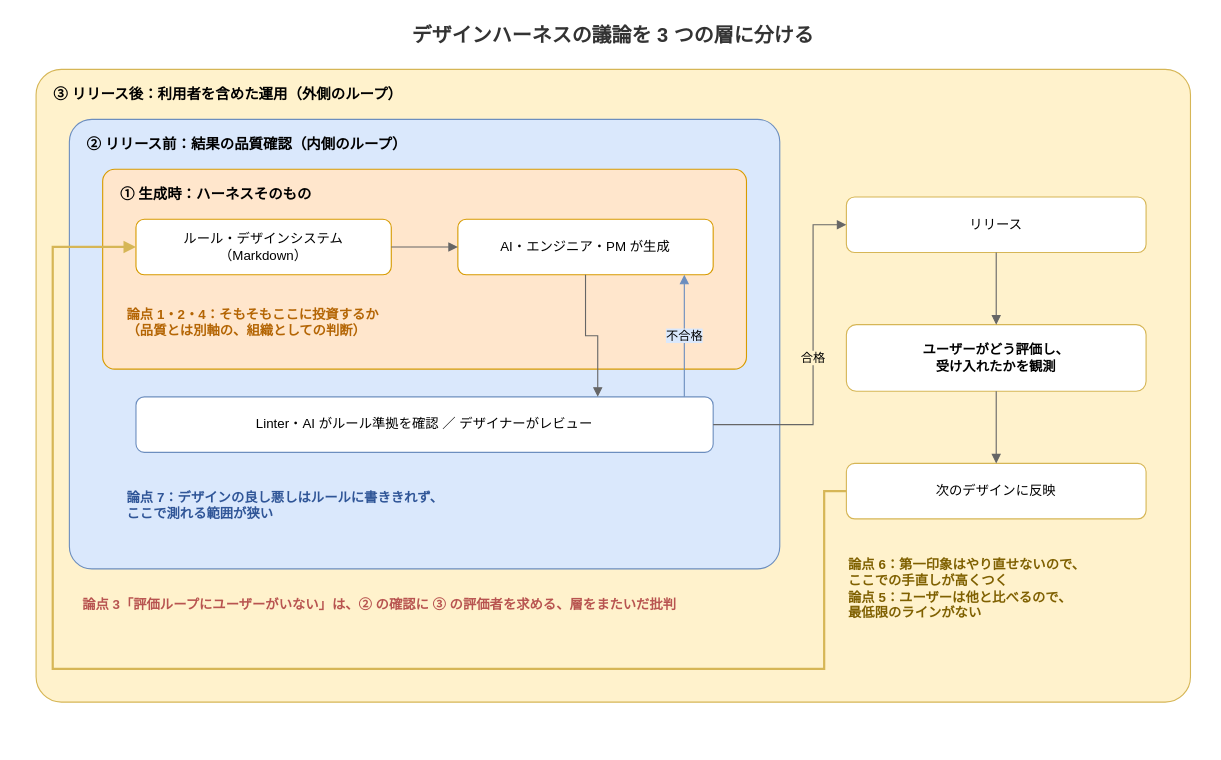
The draw.io diagram static/images/design-harness-illusion-layers.drawio in hdknr/blogs, before the edit. Source tidied: cells renumbered, new cells numbered last; positions are measured from the earlier drawing's top-left corner, leaving out a move shared by most shapes. Both pictures are drawn from the tidied source at 111%, with x=0, y=0 at pixel (36, 19).
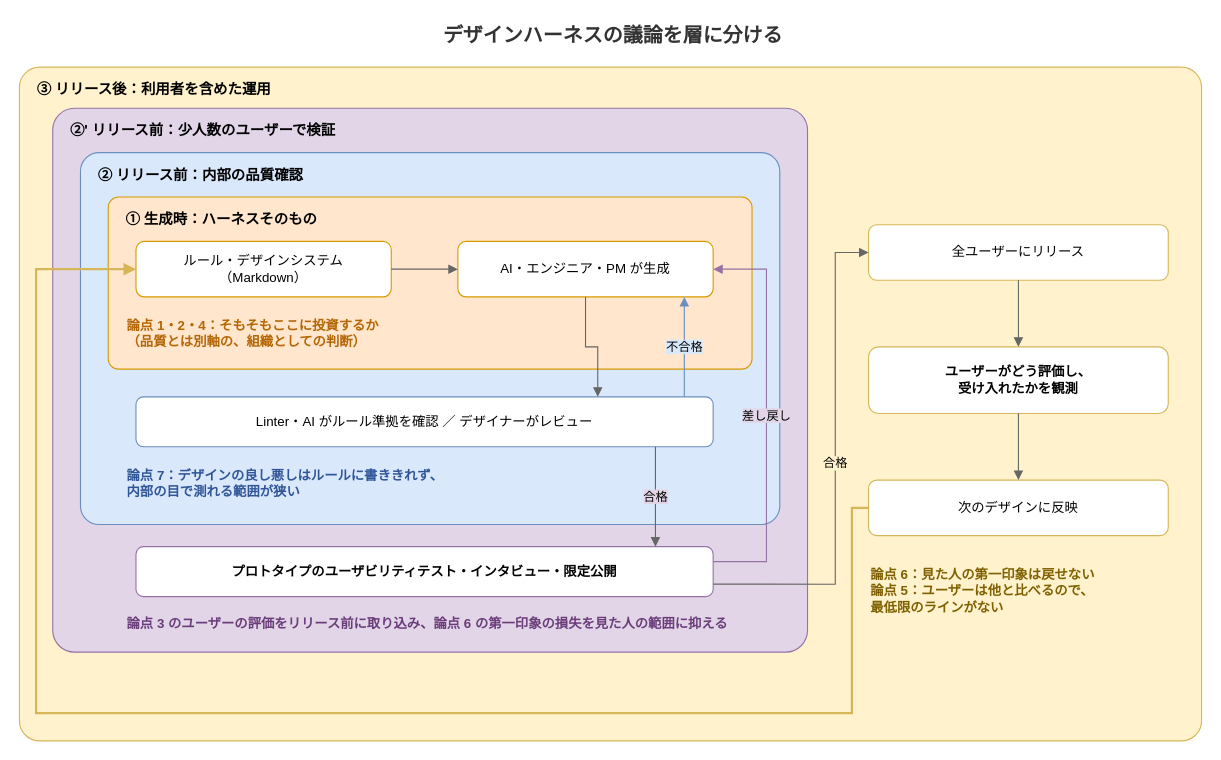
The same diagram, later.

What changed in the source:
```diff
@@
-    <mxCell id="2" value="デザインハーネスの議論を 3 つの層に分ける" style="text;html=1;fontSize=18;fontStyle=1;align=center;verticalAlign=middle;whiteSpace=wrap;fontColor=#333333;" parent="1" vertex="1">
+    <mxCell id="2" value="デザインハーネスの議論を層に分ける" style="text;html=1;fontSize=18;fontStyle=1;align=center;verticalAlign=middle;whiteSpace=wrap;fontColor=#333333;" parent="1" vertex="1">
       <mxGeometry x="220" width="600" height="30" as="geometry" />
     </mxCell>
-    <mxCell id="3" value="③ リリース後：利用者を含めた運用（外側のループ）" style="rounded=1;arcSize=4;whiteSpace=wrap;html=1;fillColor=#fff2cc;strokeColor=#d6b656;fontStyle=1;fontSize=13;verticalAlign=top;align=left;spacingLeft=14;spacingTop=8;" parent="1" vertex="1">
-      <mxGeometry y="45" width="1040" height="570" as="geometry" />
+    <mxCell id="3" value="③ リリース後：利用者を含めた運用" style="rounded=1;arcSize=3;whiteSpace=wrap;html=1;fillColor=#fff2cc;strokeColor=#d6b656;fontStyle=1;fontSize=13;verticalAlign=top;align=left;spacingLeft=14;spacingTop=6;" parent="1" vertex="1">
+      <mxGeometry x="-15" y="43" width="1065" height="607" as="geometry" />
     </mxCell>
+    <mxCell id="23" value="②' リリース前：少人数のユーザーで検証" style="rounded=1;arcSize=4;whiteSpace=wrap;html=1;fillColor=#e1d5e7;strokeColor=#9673a6;fontStyle=1;fontSize=13;verticalAlign=top;align=left;spacingLeft=14;spacingTop=6;" parent="1" vertex="1">
+      <mxGeometry x="15" y="80" width="680" height="490" as="geometry" />
+    </mxCell>
-    <mxCell id="4" value="② リリース前：結果の品質確認（内側のループ）" style="rounded=1;arcSize=5;whiteSpace=wrap;html=1;fillColor=#dae8fc;strokeColor=#6c8ebf;fontStyle=1;fontSize=13;verticalAlign=top;align=left;spacingLeft=14;spacingTop=8;" parent="1" vertex="1">
-      <mxGeometry x="30" y="90" width="640" height="405" as="geometry" />
+    <mxCell id="4" value="② リリース前：内部の品質確認" style="rounded=1;arcSize=5;whiteSpace=wrap;html=1;fillColor=#dae8fc;strokeColor=#6c8ebf;fontStyle=1;fontSize=13;verticalAlign=top;align=left;spacingLeft=14;spacingTop=6;" parent="1" vertex="1">
+      <mxGeometry x="40" y="120" width="630" height="335" as="geometry" />
     </mxCell>
-    <mxCell id="5" value="① 生成時：ハーネスそのもの" style="rounded=1;arcSize=6;whiteSpace=wrap;html=1;fillColor=#ffe6cc;strokeColor=#d79b00;fontStyle=1;fontSize=13;verticalAlign=top;align=left;spacingLeft=14;spacingTop=8;" parent="1" vertex="1">
-      <mxGeometry x="60" y="135" width="580" height="180" as="geometry" />
+    <mxCell id="5" value="① 生成時：ハーネスそのもの" style="rounded=1;arcSize=6;whiteSpace=wrap;html=1;fillColor=#ffe6cc;strokeColor=#d79b00;fontStyle=1;fontSize=13;verticalAlign=top;align=left;spacingLeft=14;spacingTop=6;" parent="1" vertex="1">
+      <mxGeometry x="65" y="160" width="580" height="155" as="geometry" />
     </mxCell>
     <mxCell id="6" value="ルール・デザインシステム&lt;br&gt;（Markdown）" style="rounded=1;whiteSpace=wrap;html=1;fillColor=#ffffff;strokeColor=#d79b00;fontSize=12;" parent="1" vertex="1">
-      <mxGeometry x="90" y="180" width="230" height="50" as="geometry" />
+      <mxGeometry x="90" y="200" width="230" height="50" as="geometry" />
     </mxCell>
     <mxCell id="7" value="AI・エンジニア・PM が生成" style="rounded=1;whiteSpace=wrap;html=1;fillColor=#ffffff;strokeColor=#d79b00;fontSize=12;" parent="1" vertex="1">
-      <mxGeometry x="380" y="180" width="230" height="50" as="geometry" />
+      <mxGeometry x="380" y="200" width="230" height="50" as="geometry" />
     </mxCell>
     <mxCell id="8" value="論点 1・2・4：そもそもここに投資するか&lt;br&gt;（品質とは別軸の、組織としての判断）" style="text;html=1;fontSize=12;align=left;verticalAlign=middle;whiteSpace=wrap;fontColor=#b46504;fontStyle=1;" parent="1" vertex="1">
-      <mxGeometry x="80" y="245" width="300" height="55" as="geometry" />
+      <mxGeometry x="80" y="260" width="300" height="45" as="geometry" />
     </mxCell>
     <mxCell id="9" value="Linter・AI がルール準拠を確認 ／ デザイナーがレビュー" style="rounded=1;whiteSpace=wrap;html=1;fillColor=#ffffff;strokeColor=#6c8ebf;fontSize=12;" parent="1" vertex="1">
-      <mxGeometry x="90" y="340" width="520" height="50" as="geometry" />
+      <mxGeometry x="90" y="340" width="520" height="45" as="geometry" />
     </mxCell>
-    <mxCell id="10" value="論点 7：デザインの良し悪しはルールに書ききれず、&lt;br&gt;ここで測れる範囲が狭い" style="text;html=1;fontSize=12;align=left;verticalAlign=middle;whiteSpace=wrap;fontColor=#2f5597;fontStyle=1;" parent="1" vertex="1">
-      <mxGeometry x="80" y="410" width="560" height="55" as="geometry" />
+    <mxCell id="10" value="論点 7：デザインの良し悪しはルールに書ききれず、&lt;br&gt;内部の目で測れる範囲が狭い" style="text;html=1;fontSize=12;align=left;verticalAlign=middle;whiteSpace=wrap;fontColor=#2f5597;fontStyle=1;" parent="1" vertex="1">
+      <mxGeometry x="80" y="395" width="440" height="45" as="geometry" />
     </mxCell>
+    <mxCell id="24" value="プロトタイプのユーザビリティテスト・インタビュー・限定公開" style="rounded=1;whiteSpace=wrap;html=1;fillColor=#ffffff;strokeColor=#9673a6;fontSize=12;fontStyle=1;" parent="1" vertex="1">
+      <mxGeometry x="90" y="475" width="520" height="45" as="geometry" />
+    </mxCell>
+    <mxCell id="25" value="論点 3 のユーザーの評価をリリース前に取り込み、論点 6 の第一印象の損失を見た人の範囲に抑える" style="text;html=1;fontSize=12;align=left;verticalAlign=middle;whiteSpace=wrap;fontColor=#6a3d7a;fontStyle=1;" parent="1" vertex="1">
+      <mxGeometry x="80" y="525" width="600" height="40" as="geometry" />
+    </mxCell>
-    <mxCell id="11" value="リリース" style="rounded=1;whiteSpace=wrap;html=1;fillColor=#ffffff;strokeColor=#d6b656;fontSize=12;" parent="1" vertex="1">
-      <mxGeometry x="730" y="160" width="270" height="50" as="geometry" />
+    <mxCell id="11" value="全ユーザーにリリース" style="rounded=1;whiteSpace=wrap;html=1;fillColor=#ffffff;strokeColor=#d6b656;fontSize=12;" parent="1" vertex="1">
+      <mxGeometry x="750" y="185" width="270" height="50" as="geometry" />
     </mxCell>
     <mxCell id="12" value="ユーザーがどう評価し、&lt;br&gt;受け入れたかを観測" style="rounded=1;whiteSpace=wrap;html=1;fillColor=#ffffff;strokeColor=#d6b656;fontSize=12;fontStyle=1;" parent="1" vertex="1">
-      <mxGeometry x="730" y="275" width="270" height="60" as="geometry" />
+      <mxGeometry x="750" y="295" width="270" height="60" as="geometry" />
     </mxCell>
     <mxCell id="13" value="次のデザインに反映" style="rounded=1;whiteSpace=wrap;html=1;fillColor=#ffffff;strokeColor=#d6b656;fontSize=12;" parent="1" vertex="1">
-      <mxGeometry x="730" y="400" width="270" height="50" as="geometry" />
+      <mxGeometry x="750" y="415" width="270" height="50" as="geometry" />
     </mxCell>
-    <mxCell id="14" value="論点 6：第一印象はやり直せないので、&lt;br&gt;ここでの手直しが高くつく&lt;br&gt;論点 5：ユーザーは他と比べるので、&lt;br&gt;最低限のラインがない" style="text;html=1;fontSize=12;align=left;verticalAlign=middle;whiteSpace=wrap;fontColor=#7f6000;fontStyle=1;" parent="1" vertex="1">
-      <mxGeometry x="730" y="465" width="290" height="95" as="geometry" />
+    <mxCell id="14" value="論点 6：見た人の第一印象は戻せない&lt;br&gt;論点 5：ユーザーは他と比べるので、&lt;br&gt;最低限のラインがない" style="text;html=1;fontSize=12;align=left;verticalAlign=middle;whiteSpace=wrap;fontColor=#7f6000;fontStyle=1;" parent="1" vertex="1">
+      <mxGeometry x="750" y="480" width="290" height="70" as="geometry" />
     </mxCell>
-    <mxCell id="15" value="論点 3「評価ループにユーザーがいない」は、② の確認に ③ の評価者を求める、層をまたいだ批判" style="text;html=1;fontSize=12;align=left;verticalAlign=middle;whiteSpace=wrap;fontColor=#b85450;fontStyle=1;" parent="1" vertex="1">
-      <mxGeometry x="40" y="505" width="630" height="45" as="geometry" />
-    </mxCell>
@@
-    <mxCell id="19" value="合格" style="edgeStyle=orthogonalEdgeStyle;rounded=0;html=1;endArrow=block;strokeColor=#666666;fontSize=11;labelBackgroundColor=#fff2cc;exitX=1;exitY=0.5;entryX=0;entryY=0.5;" parent="1" edge="1" source="9" target="11">
-      <mxGeometry relative="1" as="geometry">
-        <Array as="points">
-          <mxPoint x="700" y="365" />
-          <mxPoint x="700" y="185" />
-        </Array>
-      </mxGeometry>
-    </mxCell>
+    <mxCell id="26" value="合格" style="edgeStyle=orthogonalEdgeStyle;rounded=0;html=1;endArrow=block;strokeColor=#666666;fontSize=11;labelBackgroundColor=#e1d5e7;exitX=0.9;exitY=1;entryX=0.9;entryY=0;" parent="1" edge="1" source="9" target="24">
+      <mxGeometry relative="1" as="geometry" />
+    </mxCell>
+    <mxCell id="27" value="差し戻し" style="edgeStyle=orthogonalEdgeStyle;rounded=0;html=1;endArrow=block;strokeColor=#9673a6;fontSize=11;labelBackgroundColor=#e1d5e7;exitX=1;exitY=0.3;entryX=1;entryY=0.5;" parent="1" edge="1" source="24" target="7">
+      <mxGeometry relative="1" as="geometry">
+        <Array as="points">
+          <mxPoint x="658" y="488" />
+          <mxPoint x="658" y="225" />
+        </Array>
+      </mxGeometry>
+    </mxCell>
+    <mxCell id="28" value="合格" style="edgeStyle=orthogonalEdgeStyle;rounded=0;html=1;endArrow=block;strokeColor=#666666;fontSize=11;labelBackgroundColor=#fff2cc;exitX=1;exitY=0.75;entryX=0;entryY=0.5;" parent="1" edge="1" source="24" target="11">
+      <mxGeometry relative="1" as="geometry">
+        <Array as="points">
+          <mxPoint x="720" y="509" />
+          <mxPoint x="720" y="210" />
+        </Array>
+      </mxGeometry>
+    </mxCell>
@@
     <mxCell id="22" style="edgeStyle=orthogonalEdgeStyle;rounded=0;html=1;endArrow=block;strokeColor=#d6b656;strokeWidth=2;exitX=0;exitY=0.5;entryX=0;entryY=0.5;" parent="1" edge="1" source="13" target="6">
       <mxGeometry relative="1" as="geometry">
         <Array as="points">
-          <mxPoint x="710" y="425" />
-          <mxPoint x="710" y="585" />
-          <mxPoint x="15" y="585" />
-          <mxPoint x="15" y="205" />
+          <mxPoint x="735" y="440" />
+          <mxPoint x="735" y="625" />
+          <mxPoint y="625" />
+          <mxPoint y="225" />
         </Array>
       </mxGeometry>
     </mxCell>
```
